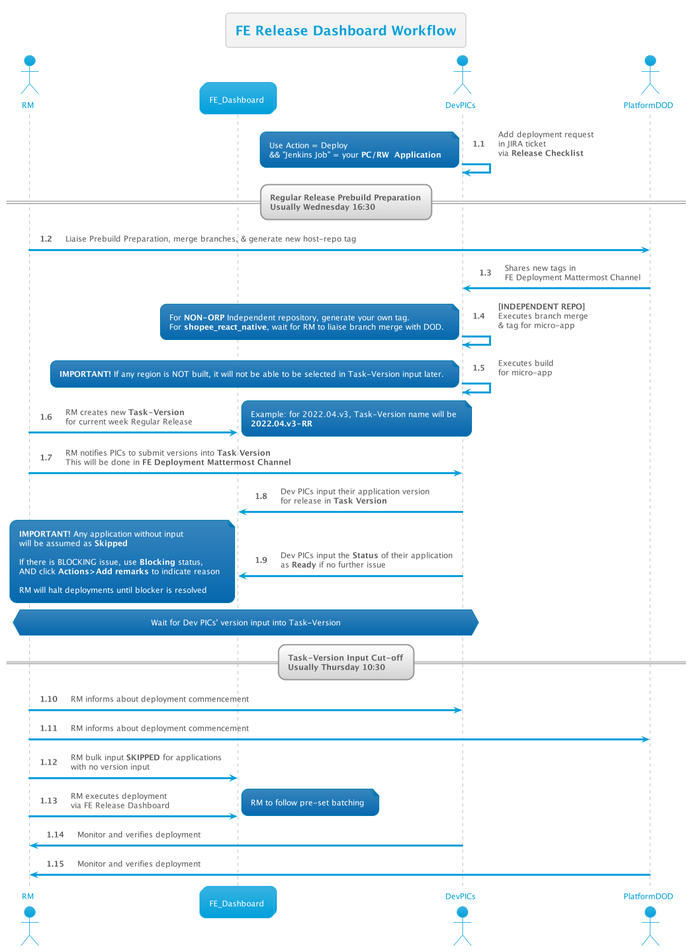
Above: out/FE Release Dashboard/Workflow/1/1.png in thetomitomo/diagrams (PlantUML), before the change.
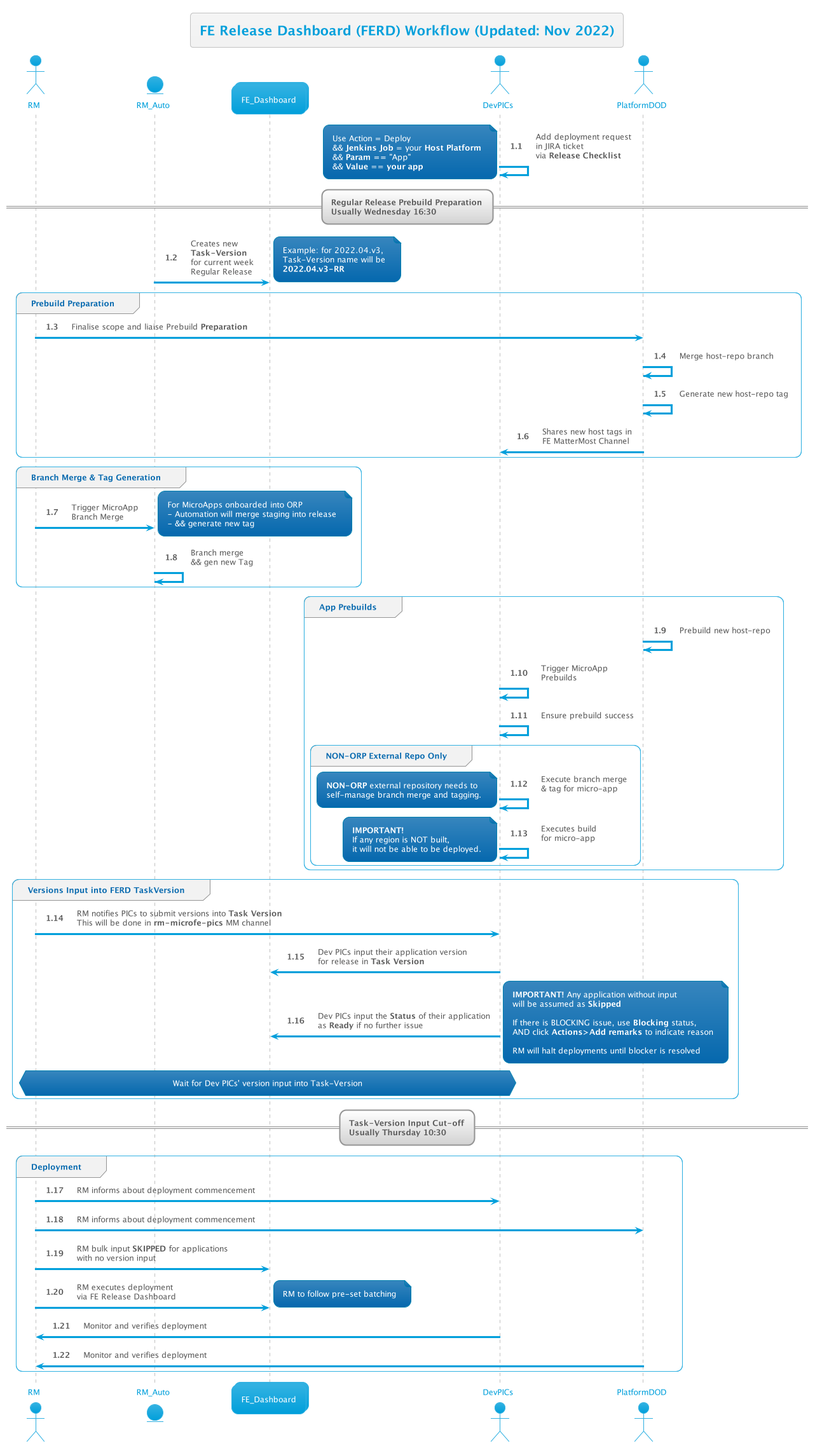
Later version of the same file.

Commit message:
update FERD flow

Change to the diagram source:
```diff
@@ -1,6 +1,6 @@
 @startuml
 
-title FE Release Dashboard Workflow
+title FE Release Dashboard (FERD) Workflow (Updated: Nov 2022)
 
 !include __init__
 
@@ -8,58 +8,90 @@
 DevPICs -> DevPICs : Add deployment request\nin JIRA ticket\nvia <b>Release Checklist</b>
 note left
     Use Action = Deploy
-    && "Jenkins Job" = your <b>PC/RW  Application </b>
+    && **Jenkins Job** = your <b>Host Platform</b>
+    && **Param** == "App"
+    && **Value** == **your app**
 end note
 
 == Regular Release Prebuild Preparation\nUsually Wednesday 16:30  ==
 
-RM -> PlatformDOD : Liaise Prebuild Preparation, merge branches, & generate new host-repo tag
-PlatformDOD->DevPICs : Shares new tags in\nFE Deployment Mattermost Channel
-
-DevPICs -> DevPICs : <b>[INDEPENDENT REPO]</b>\nExecutes branch merge\n& tag for micro-app
-note left
-    For <b>NON-ORP</b> Independent repository, generate your own tag.
-    For <b>shopee_react_native</b>, wait for RM to liaise branch merge with DOD.
-end note
-
-DevPICs -> DevPICs : Executes build\nfor micro-app
-note left
-    <b>IMPORTANT!</b> If any region is NOT built, it will not be able to be selected in Task-Version input later.
-end note
-
-RM -> Dash : RM creates new <b>Task-Version</b>\nfor current week Regular Release
+RM_Auto -> Dash : Creates new \n<b>Task-Version</b>\nfor current week\nRegular Release
 note right
-    Example: for 2022.04.v3, Task-Version name will be
+    Example: for 2022.04.v3,
+    Task-Version name will be
     <b>2022.04.v3-RR</b>
 end note
 
-RM -> DevPICs : RM notifies PICs to submit versions into <b>Task Version</b>\nThis will be done in <b>FE Deployment Mattermost Channel</b>
+group Prebuild Preparation
+    RM -> PlatformDOD : Finalise scope and liaise Prebuild **Preparation**
+    PlatformDOD -> PlatformDOD : Merge host-repo branch
+    PlatformDOD -> PlatformDOD : Generate new host-repo tag
+    PlatformDOD->DevPICs : Shares new host tags in\nFE MatterMost Channel
+end
 
-DevPICs -> Dash : Dev PICs input their application version\nfor release in <b>Task Version</b>
-DevPICs -> Dash : Dev PICs input the <b>Status</b> of their application\nas <b>Ready</b> if no further issue
-note left
-    <b>IMPORTANT!</b> Any application without input
-    will be assumed as <b>Skipped</b>
+group Branch Merge & Tag Generation
+    RM -> RM_Auto : Trigger MicroApp\nBranch Merge
+    note right
+        For MicroApps onboarded into ORP
+        - Automation will merge staging into release
+        - && generate new tag
+    end note
 
-    If there is BLOCKING issue, use <b>Blocking</b> status,
-    AND click <b>Actions>Add remarks</b> to indicate reason
+    RM_Auto -> RM_Auto : Branch merge\n&& gen new Tag
+end
 
-    RM will halt deployments until blocker is resolved
-end note
+group App Prebuilds
+    PlatformDOD -> PlatformDOD : Prebuild new host-repo
+    DevPICs -> DevPICs : Trigger MicroApp\nPrebuilds
+    DevPICs -> DevPICs : Ensure prebuild success
 
-hnote over RM,DevPICs: Wait for Dev PICs' version input into Task-Version
+    group NON-ORP External Repo Only
+        DevPICs -> DevPICs : Execute branch merge\n& tag for micro-app
+        note left
+            <b>NON-ORP</b> external repository needs to
+            self-manage branch merge and tagging.
+        end note
+
+        DevPICs -> DevPICs : Executes build\nfor micro-app
+        note left
+            <b>IMPORTANT!</b>
+            If any region is NOT built,
+            it will not be able to be deployed.
+        end note
+    end
+end
+
+group Versions Input into FERD TaskVersion
+    RM -> DevPICs : RM notifies PICs to submit versions into <b>Task Version</b>\nThis will be done in <b>rm-microfe-pics</b> MM channel
+
+    DevPICs -> Dash : Dev PICs input their application version\nfor release in <b>Task Version</b>
+    DevPICs -> Dash : Dev PICs input the <b>Status</b> of their application\nas <b>Ready</b> if no further issue
+    note right
+        <b>IMPORTANT!</b> Any application without input
+        will be assumed as <b>Skipped</b>
+
+        If there is BLOCKING issue, use <b>Blocking</b> status,
+        AND click <b>Actions>Add remarks</b> to indicate reason
+
+        RM will halt deployments until blocker is resolved
+    end note
+
+    hnote over RM,DevPICs: Wait for Dev PICs' version input into Task-Version
+end
 
 == Task-Version Input Cut-off\nUsually Thursday 10:30  ==
 
-RM -> DevPICs : RM informs about deployment commencement
-RM -> PlatformDOD : RM informs about deployment commencement
-RM -> Dash : RM bulk input <b>SKIPPED</b> for applications\nwith no version input
-RM -> Dash : RM executes deployment\nvia FE Release Dashboard
-note right
-    RM to follow pre-set batching
-end note
+group Deployment
+    RM -> DevPICs : RM informs about deployment commencement
+    RM -> PlatformDOD : RM informs about deployment commencement
+    RM -> Dash : RM bulk input <b>SKIPPED</b> for applications\nwith no version input
+    RM -> Dash : RM executes deployment\nvia FE Release Dashboard
+    note right
+        RM to follow pre-set batching
+    end note
 
-DevPICs -> RM : Monitor and verifies deployment
-PlatformDOD -> RM : Monitor and verifies deployment
+    DevPICs -> RM : Monitor and verifies deployment
+    PlatformDOD -> RM : Monitor and verifies deployment
+end
 
 @enduml
```
